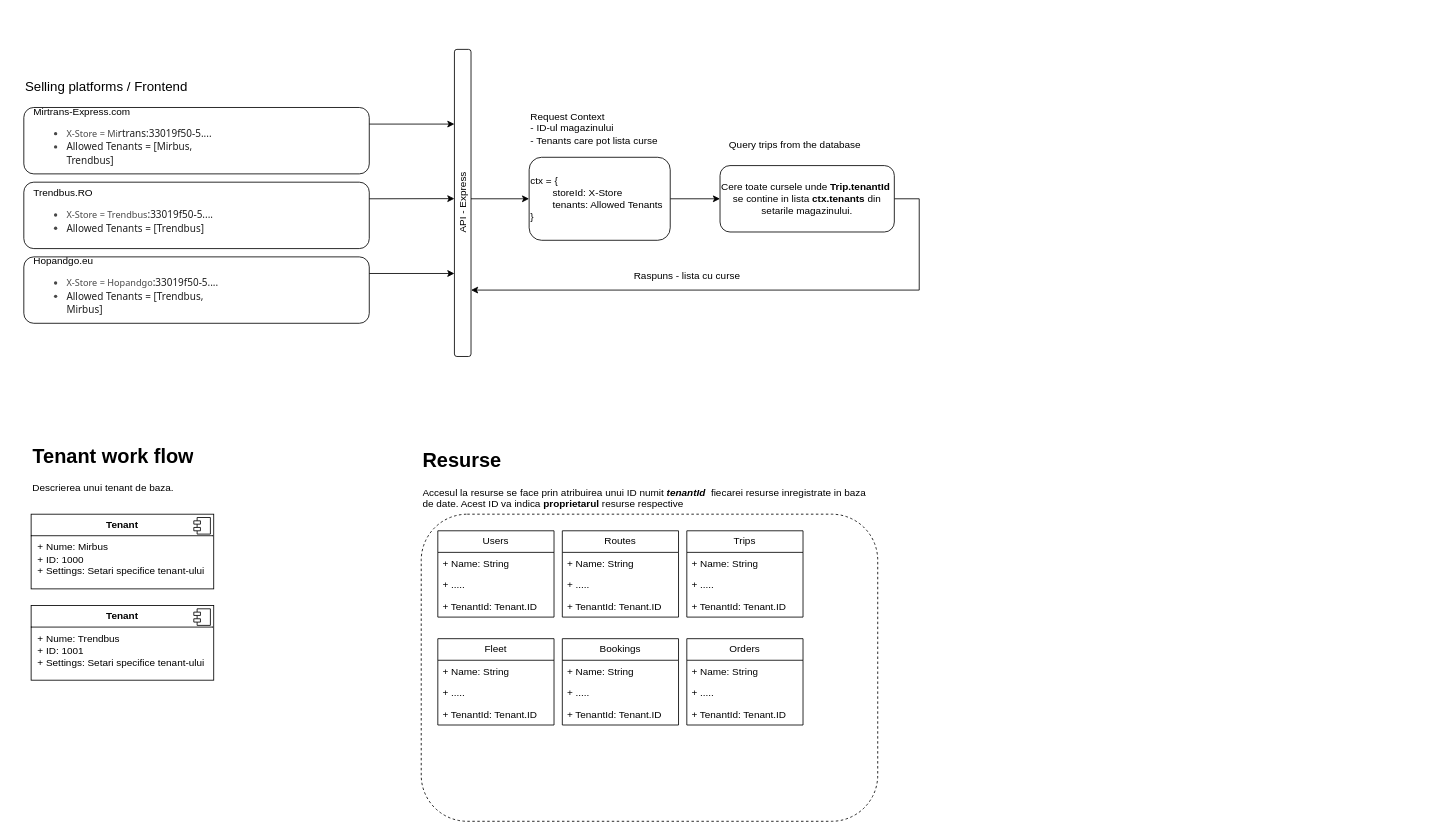
Before: page "Multitenant big concept" (5 of 5) of GBS/GBS_Booking_flow.drawio in maxCheptea/Diagrams, a draw.io diagram. Source tidied: cells renumbered, new cells numbered last; positions are measured from the earlier drawing's top-left corner, leaving out a move shared by most shapes. Both pictures are drawn from the tidied source at 83%, with x=0, y=0 at pixel (14, 24).
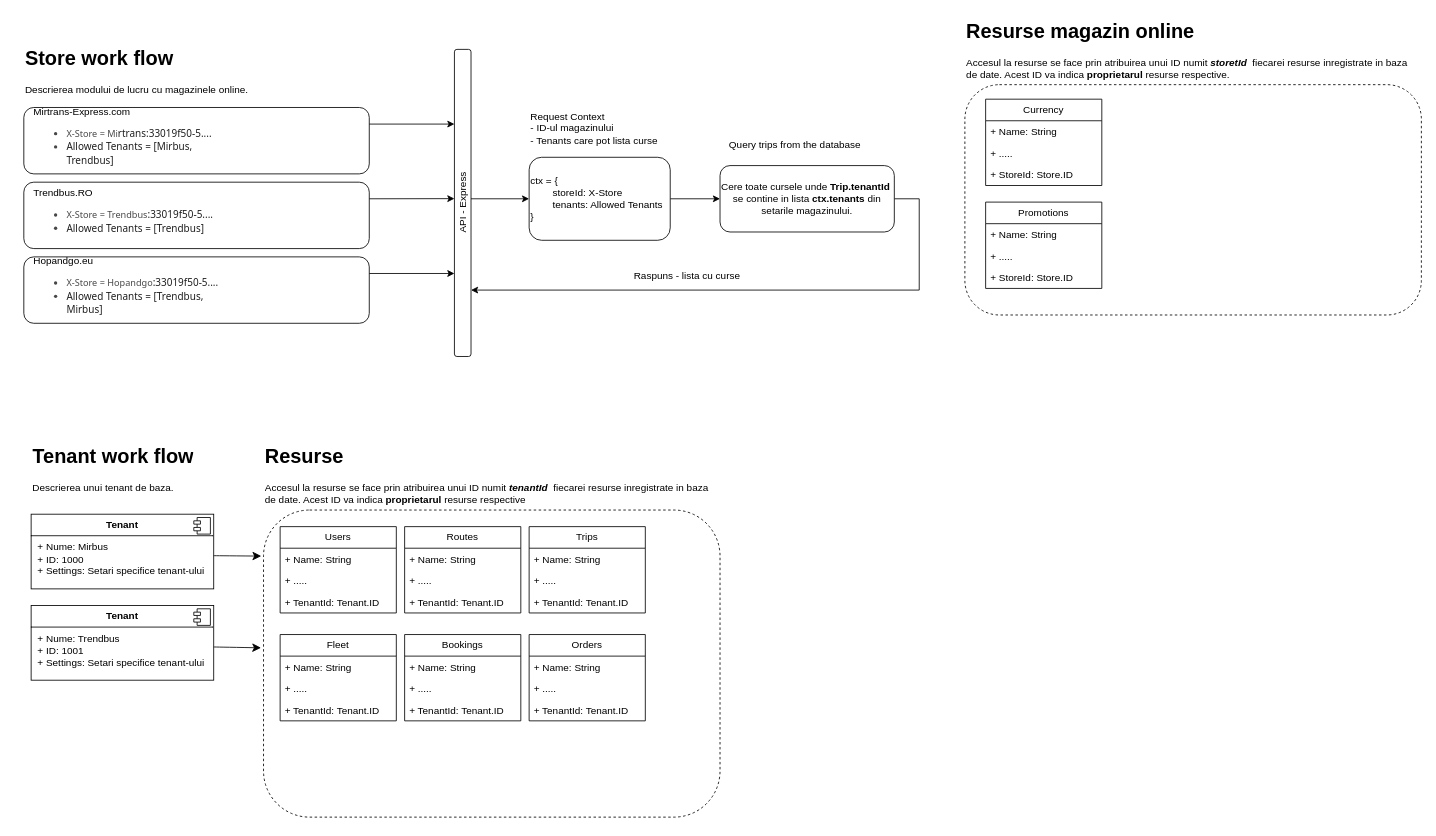
Above is the later version.

Unchanged cells that the change refers to:
```xml
<mxCell id="2" style="group;" parent="1" vertex="1">
  <mxGeometry width="450" height="460" as="geometry" />
</mxCell>
```

What changed in the source:
```diff
@@
-    <mxCell id="3" value="Selling platforms / Frontend" style="text;html=1;align=left;verticalAlign=middle;whiteSpace=wrap;rounded=0;fontSize=16;" parent="2" vertex="1">
-      <mxGeometry x="11.2" y="60" width="337.5" height="30" as="geometry" />
-    </mxCell>
@@
+    <mxCell id="50" value="&lt;h1 style=&quot;margin-top: 0px;&quot;&gt;Store work flow&lt;/h1&gt;&lt;p&gt;Descrierea modului de lucru cu magazinele online.&amp;nbsp;&lt;/p&gt;" style="text;html=1;whiteSpace=wrap;overflow=hidden;rounded=0;" parent="2" vertex="1">
+      <mxGeometry x="11.2" y="20" width="410" height="80" as="geometry" />
+    </mxCell>
@@
     <mxCell id="19" value="&lt;h1 style=&quot;margin-top: 0px;&quot;&gt;Tenant work flow&lt;/h1&gt;&lt;p&gt;Descrierea unui tenant de baza.&amp;nbsp;&lt;/p&gt;" style="text;html=1;whiteSpace=wrap;overflow=hidden;rounded=0;" parent="1" vertex="1">
-      <mxGeometry x="20" y="500" width="410" height="90" as="geometry" />
+      <mxGeometry x="20" y="500" width="220" height="90" as="geometry" />
     </mxCell>
     <mxCell id="20" style="rounded=1;whiteSpace=wrap;html=1;dashed=1;fillStyle=auto;fillColor=none;" parent="1" vertex="1">
-      <mxGeometry x="490" y="590" width="550" height="370" as="geometry" />
+      <mxGeometry x="300" y="585" width="550" height="370" as="geometry" />
     </mxCell>
     <mxCell id="21" value="&lt;h1 style=&quot;margin-top: 0px;&quot;&gt;Resurse&lt;/h1&gt;&lt;p&gt;Accesul la resurse se face prin atribuirea unui ID numit &lt;b&gt;&lt;i&gt;tenantId&lt;/i&gt;&lt;/b&gt;&amp;nbsp; fiecarei resurse inregistrate in baza de date. Acest ID va indica &lt;b&gt;proprietarul&lt;/b&gt;&amp;nbsp;resurse respective&lt;/p&gt;" style="text;html=1;whiteSpace=wrap;overflow=hidden;rounded=0;" parent="1" vertex="1">
-      <mxGeometry x="490" y="505" width="550" height="80" as="geometry" />
+      <mxGeometry x="300" y="500" width="550" height="80" as="geometry" />
     </mxCell>
@@
     <mxCell id="26" value="Users" style="swimlane;fontStyle=0;horizontal=1;startSize=26;fillColor=none;whiteSpace=wrap;html=1;" parent="1" vertex="1">
-      <mxGeometry x="510" y="610" width="140" height="104" as="geometry" />
+      <mxGeometry x="320" y="605" width="140" height="104" as="geometry" />
     </mxCell>
@@
     <mxCell id="30" value="Routes" style="swimlane;fontStyle=0;horizontal=1;startSize=26;fillColor=none;whiteSpace=wrap;html=1;" parent="1" vertex="1">
-      <mxGeometry x="660" y="610" width="140" height="104" as="geometry" />
+      <mxGeometry x="470" y="605" width="140" height="104" as="geometry" />
     </mxCell>
@@
     <mxCell id="34" value="Trips" style="swimlane;fontStyle=0;horizontal=1;startSize=26;fillColor=none;whiteSpace=wrap;html=1;" parent="1" vertex="1">
-      <mxGeometry x="810" y="610" width="140" height="104" as="geometry" />
+      <mxGeometry x="620" y="605" width="140" height="104" as="geometry" />
     </mxCell>
@@
     <mxCell id="38" value="Fleet" style="swimlane;fontStyle=0;horizontal=1;startSize=26;fillColor=none;whiteSpace=wrap;html=1;" parent="1" vertex="1">
-      <mxGeometry x="510" y="740" width="140" height="104" as="geometry" />
+      <mxGeometry x="320" y="735" width="140" height="104" as="geometry" />
     </mxCell>
@@
     <mxCell id="42" value="Bookings" style="swimlane;fontStyle=0;horizontal=1;startSize=26;fillColor=none;whiteSpace=wrap;html=1;" parent="1" vertex="1">
-      <mxGeometry x="660" y="740" width="140" height="104" as="geometry" />
+      <mxGeometry x="470" y="735" width="140" height="104" as="geometry" />
     </mxCell>
@@
     <mxCell id="46" value="Orders" style="swimlane;fontStyle=0;horizontal=1;startSize=26;fillColor=none;whiteSpace=wrap;html=1;" parent="1" vertex="1">
-      <mxGeometry x="810" y="740" width="140" height="104" as="geometry" />
+      <mxGeometry x="620" y="735" width="140" height="104" as="geometry" />
     </mxCell>
@@
+    <mxCell id="51" style="rounded=1;whiteSpace=wrap;html=1;dashed=1;fillStyle=auto;fillColor=none;" parent="1" vertex="1">
+      <mxGeometry x="1145" y="72.5" width="550" height="277.5" as="geometry" />
+    </mxCell>
+    <mxCell id="52" value="&lt;h1 style=&quot;margin-top: 0px;&quot;&gt;Resurse magazin online&lt;/h1&gt;&lt;p&gt;Accesul la resurse se face prin atribuirea unui ID numit &lt;b&gt;&lt;i&gt;storetId&lt;/i&gt;&lt;/b&gt;&amp;nbsp; fiecarei resurse inregistrate in baza de date. Acest ID va indica &lt;b&gt;proprietarul&lt;/b&gt;&amp;nbsp;resurse respective.&lt;/p&gt;" style="text;html=1;whiteSpace=wrap;overflow=hidden;rounded=0;" parent="1" vertex="1">
+      <mxGeometry x="1145" y="-12.5" width="550" height="80" as="geometry" />
+    </mxCell>
+    <mxCell id="53" value="Currency" style="swimlane;fontStyle=0;horizontal=1;startSize=26;fillColor=none;whiteSpace=wrap;html=1;" parent="1" vertex="1">
+      <mxGeometry x="1170" y="90" width="140" height="104" as="geometry" />
+    </mxCell>
+    <mxCell id="54" value="+ Name: String" style="text;strokeColor=none;fillColor=none;align=left;verticalAlign=top;spacingLeft=4;spacingRight=4;overflow=hidden;whiteSpace=wrap;html=1;" parent="53" vertex="1">
+      <mxGeometry y="26" width="140" height="26" as="geometry" />
+    </mxCell>
+    <mxCell id="55" value="+ ....." style="text;strokeColor=none;fillColor=none;align=left;verticalAlign=top;spacingLeft=4;spacingRight=4;overflow=hidden;whiteSpace=wrap;html=1;" parent="53" vertex="1">
+      <mxGeometry y="52" width="140" height="26" as="geometry" />
+    </mxCell>
+    <mxCell id="56" value="+ StoreId: Store.ID" style="text;strokeColor=none;fillColor=none;align=left;verticalAlign=top;spacingLeft=4;spacingRight=4;overflow=hidden;whiteSpace=wrap;html=1;" parent="53" vertex="1">
+      <mxGeometry y="78" width="140" height="26" as="geometry" />
+    </mxCell>
+    <mxCell id="57" value="Promotions" style="swimlane;fontStyle=0;horizontal=1;startSize=26;fillColor=none;whiteSpace=wrap;html=1;" parent="1" vertex="1">
+      <mxGeometry x="1170" y="214" width="140" height="104" as="geometry" />
+    </mxCell>
+    <mxCell id="58" value="+ Name: String" style="text;strokeColor=none;fillColor=none;align=left;verticalAlign=top;spacingLeft=4;spacingRight=4;overflow=hidden;whiteSpace=wrap;html=1;" parent="57" vertex="1">
+      <mxGeometry y="26" width="140" height="26" as="geometry" />
+    </mxCell>
+    <mxCell id="59" value="+ ....." style="text;strokeColor=none;fillColor=none;align=left;verticalAlign=top;spacingLeft=4;spacingRight=4;overflow=hidden;whiteSpace=wrap;html=1;" parent="57" vertex="1">
+      <mxGeometry y="52" width="140" height="26" as="geometry" />
+    </mxCell>
+    <mxCell id="60" value="+ StoreId: Store.ID" style="text;strokeColor=none;fillColor=none;align=left;verticalAlign=top;spacingLeft=4;spacingRight=4;overflow=hidden;whiteSpace=wrap;html=1;" parent="57" vertex="1">
+      <mxGeometry y="78" width="140" height="26" as="geometry" />
+    </mxCell>
+    <mxCell id="61" style="endArrow=classic;html=1;rounded=0;fontSize=12;startSize=8;endSize=8;curved=1;entryX=-0.005;entryY=0.15;entryDx=0;entryDy=0;entryPerimeter=0;" parent="1" edge="1" target="20">
+      <mxGeometry relative="1" as="geometry">
+        <mxPoint x="240" y="640" as="sourcePoint" />
+      </mxGeometry>
+    </mxCell>
+    <mxCell id="62" style="endArrow=classic;html=1;rounded=0;fontSize=12;startSize=8;endSize=8;curved=1;entryX=-0.005;entryY=0.15;entryDx=0;entryDy=0;entryPerimeter=0;" parent="1" edge="1">
+      <mxGeometry relative="1" as="geometry">
+        <mxPoint x="240" y="750" as="sourcePoint" />
+        <mxPoint x="297" y="751" as="targetPoint" />
+      </mxGeometry>
+    </mxCell>
```
